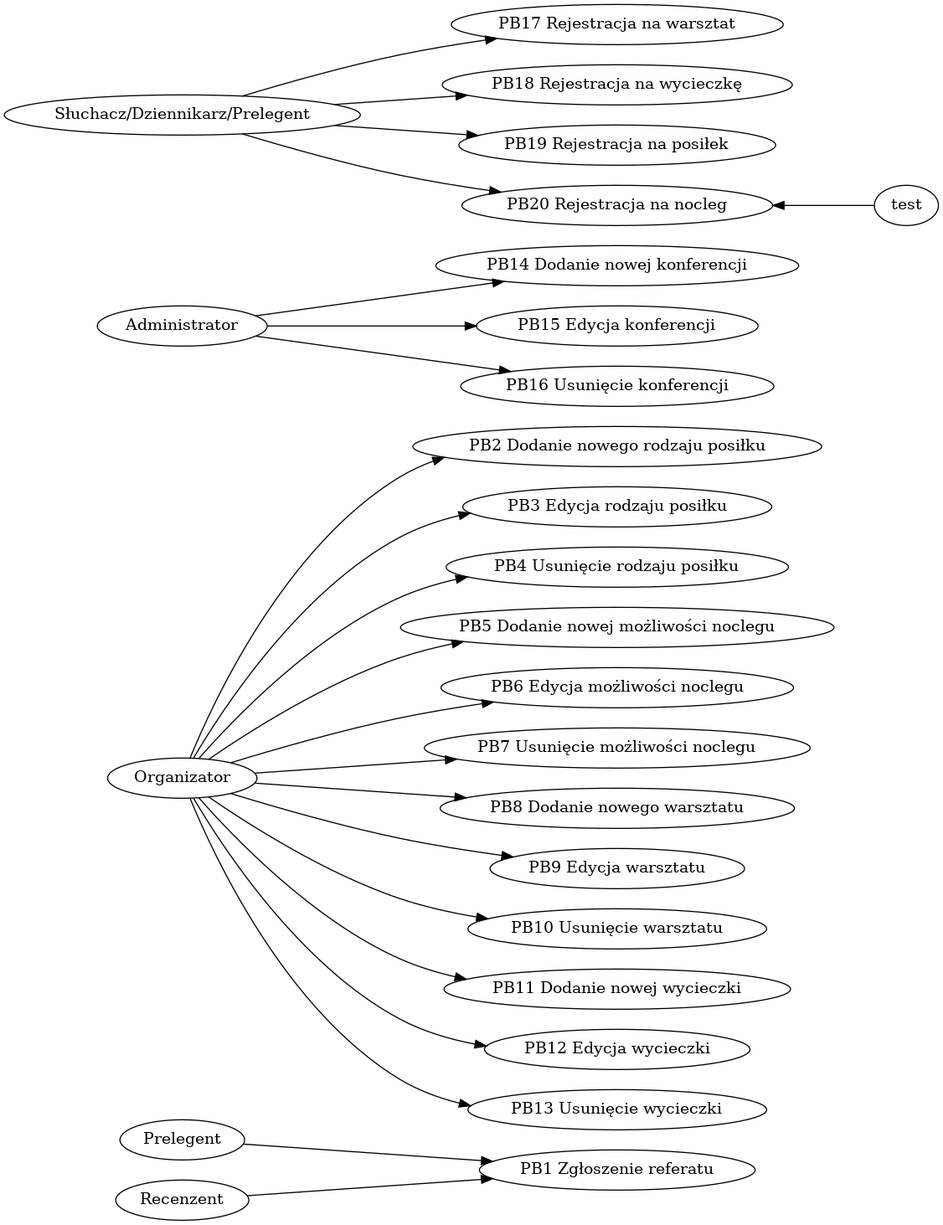
Above: pb.png in zyla/iop_konferencja (Graphviz), before the change. Its source is kept beside it as pb.dot.
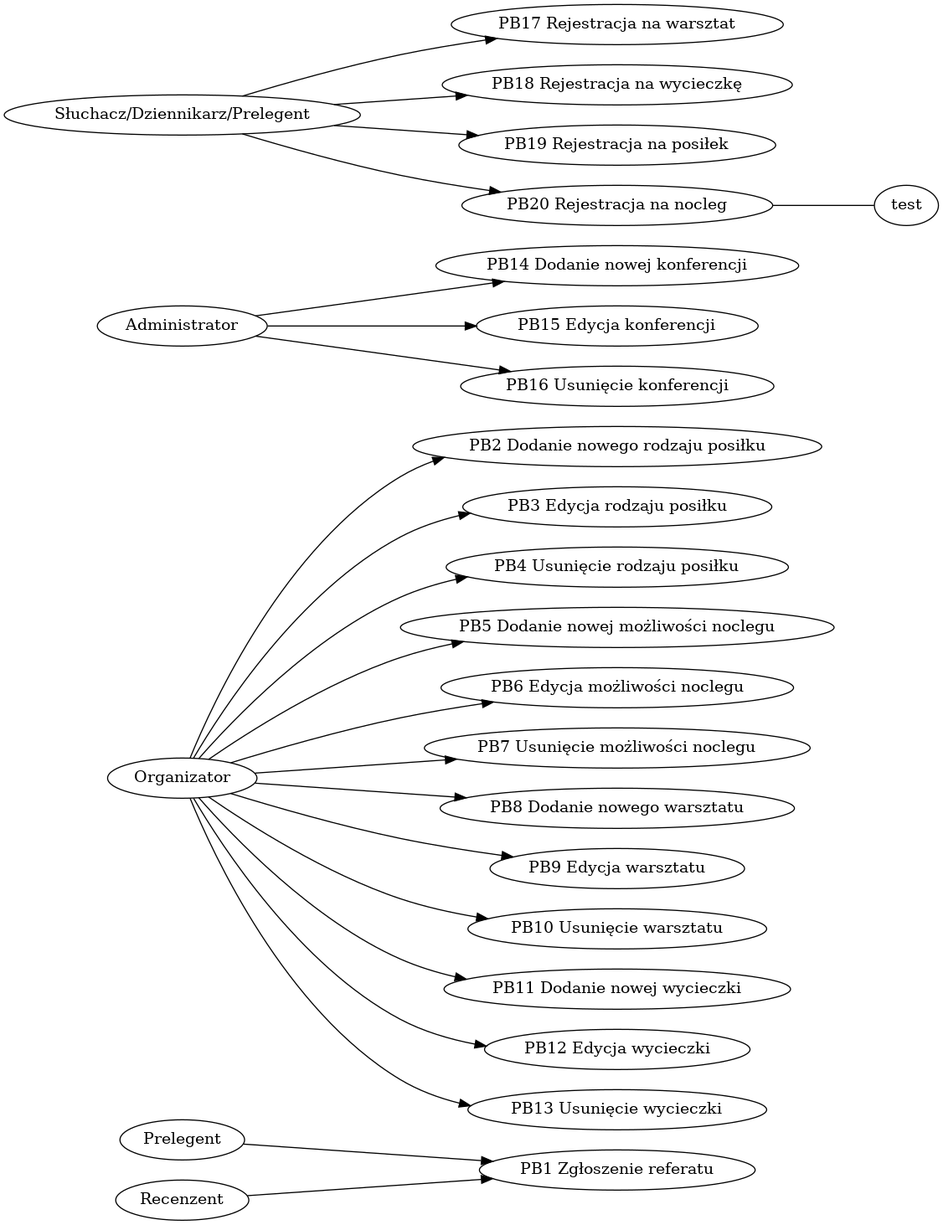
The same diagram one commit later.

What changed in the source:
```diff
@@ -19,5 +19,5 @@
 "Słuchacz/Dziennikarz/Prelegent" -> "PB18 Rejestracja na wycieczkę"
 "Słuchacz/Dziennikarz/Prelegent" -> "PB19 Rejestracja na posiłek"
 "Słuchacz/Dziennikarz/Prelegent" -> "PB20 Rejestracja na nocleg"
-"PB20 Rejestracja na nocleg" -> "test" [dir=back]
+"PB20 Rejestracja na nocleg" -> "test" [dir=none]
  }
```
